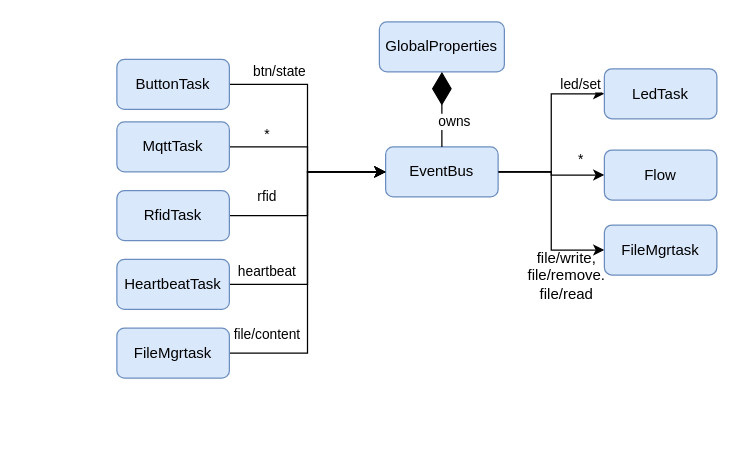
The draw.io diagram docs/uml/eventbus.drawio in miman/esp32_util, before the edit. Source tidied: cells renumbered, new cells numbered last; positions are measured from the earlier drawing's top-left corner, leaving out a move shared by most shapes. Both pictures are drawn from the tidied source at 125%, with x=0, y=0 at pixel (116, 21).
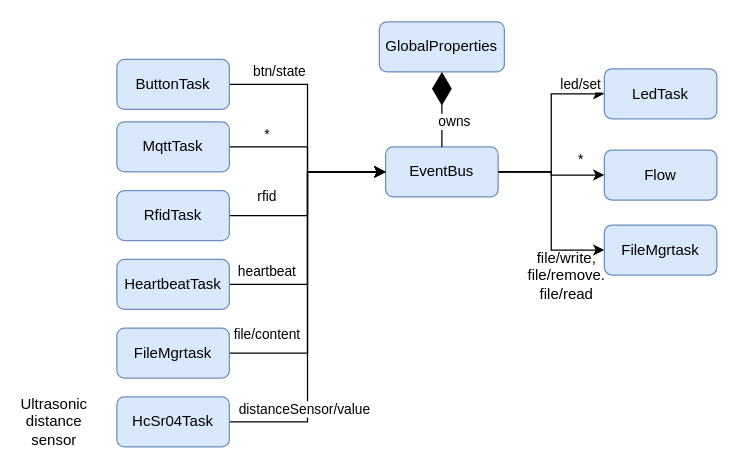
Above is the later version.

Commit message (it also covers changes not shown here):
added HcSr04Task

Unchanged cells that the change refers to:
```xml
<mxCell id="5" value="EventBus" style="rounded=1;whiteSpace=wrap;html=1;fillColor=#dae8fc;strokeColor=#6c8ebf;" parent="1" vertex="1">
  <mxGeometry x="215" y="100" width="90" height="40" as="geometry" />
</mxCell>
```

The edit, as a diff of the source:
```diff
@@
+    <mxCell id="22" value="distanceSensor/value" style="edgeStyle=orthogonalEdgeStyle;rounded=0;jettySize=auto;html=1;entryX=0;entryY=0.5;entryDx=0;entryDy=0;" parent="1" edge="1" source="23" target="5">
+      <mxGeometry x="-0.63" y="10" relative="1" as="geometry" />
+    </mxCell>
+    <mxCell id="23" value="HcSr04Task" style="rounded=1;whiteSpace=wrap;html=1;fillColor=#dae8fc;strokeColor=#6c8ebf;" parent="1" vertex="1">
+      <mxGeometry y="300" width="90" height="40" as="geometry" />
+    </mxCell>
+    <mxCell id="24" value="Ultrasonic distance sensor" style="text;html=1;strokeColor=none;fillColor=none;align=center;verticalAlign=middle;whiteSpace=wrap;rounded=0;" parent="1" vertex="1">
+      <mxGeometry x="-70" y="310" width="40" height="20" as="geometry" />
+    </mxCell>
```
